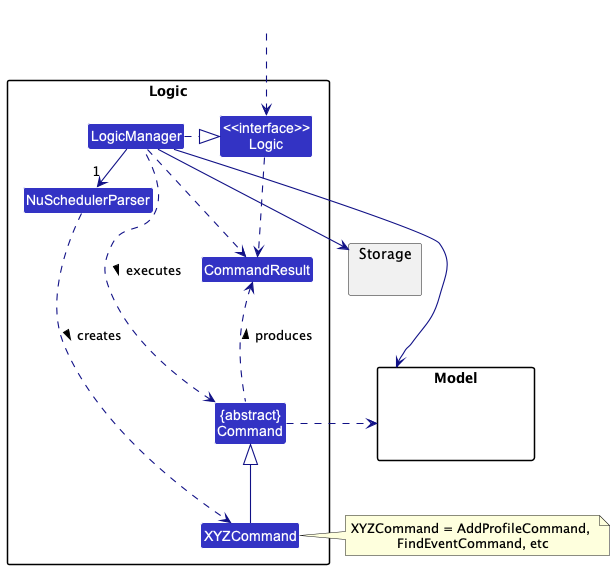
This is docs/images/LogicClassDiagram.png from nus-cs2103-AY2223S1/tp, a PlantUML export, as it was before one commit.
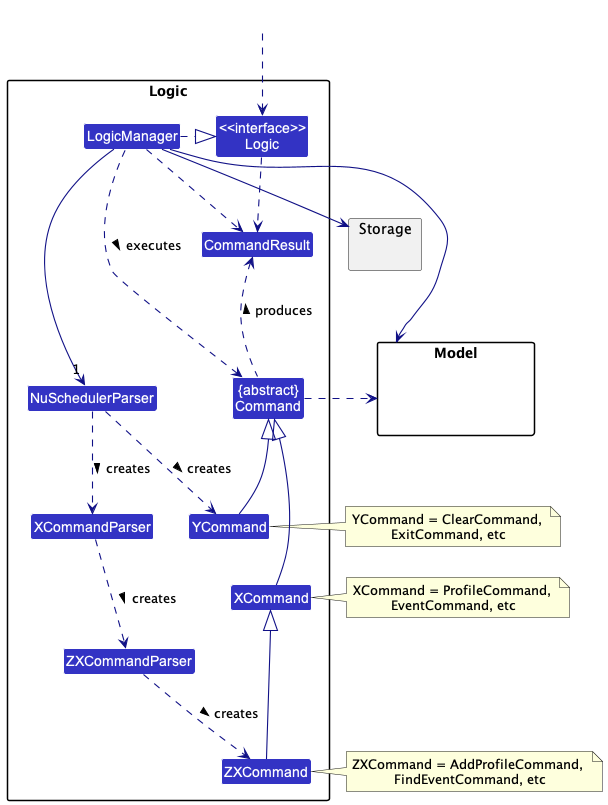
The same file after the commit.

Diff of the diagram source:
```diff
@@ -6,14 +6,18 @@
 
 package Logic {
 
+Class LogicManager
 Class NuSchedulerParser
-Class XYZCommand
+Class XCommandParser
+Class ZXCommandParser
+Class ZXCommand
+Class YCommand
+Class XCommand
 Class CommandResult
 Class "{abstract}\nCommand" as Command
 
 
 Class "<<interface>>\nLogic" as Logic
-Class LogicManager
 }
 
 package Model{
@@ -27,10 +31,16 @@
 HiddenOutside ..> Logic
 
 LogicManager .right.|> Logic
-LogicManager -right->"1" NuSchedulerParser
-NuSchedulerParser ..> XYZCommand : creates >
+LogicManager --->"1" NuSchedulerParser
+NuSchedulerParser ..> XCommandParser : creates >
+XCommandParser ..> ZXCommandParser : creates >
+ZXCommandParser ..> ZXCommand : creates >
 
-XYZCommand -up-|> Command
+NuSchedulerParser ..> YCommand : creates >
+
+XCommand -up-|> Command
+ZXCommand -up-|> XCommand
+YCommand -up-|> Command
 LogicManager .left.> Command : executes >
 
 LogicManager --> Model
@@ -38,7 +48,9 @@
 Storage --[hidden] Model
 Command .[hidden]up.> Storage
 Command .right.> Model
-note right of XYZCommand: XYZCommand = AddProfileCommand, \nFindEventCommand, etc
+note right of ZXCommand: ZXCommand = AddProfileCommand, \nFindEventCommand, etc
+note right of YCommand: YCommand = ClearCommand, \nExitCommand, etc
+note right of XCommand: XCommand = ProfileCommand, \nEventCommand, etc
 
 Logic ..> CommandResult
 LogicManager .down.> CommandResult
```
